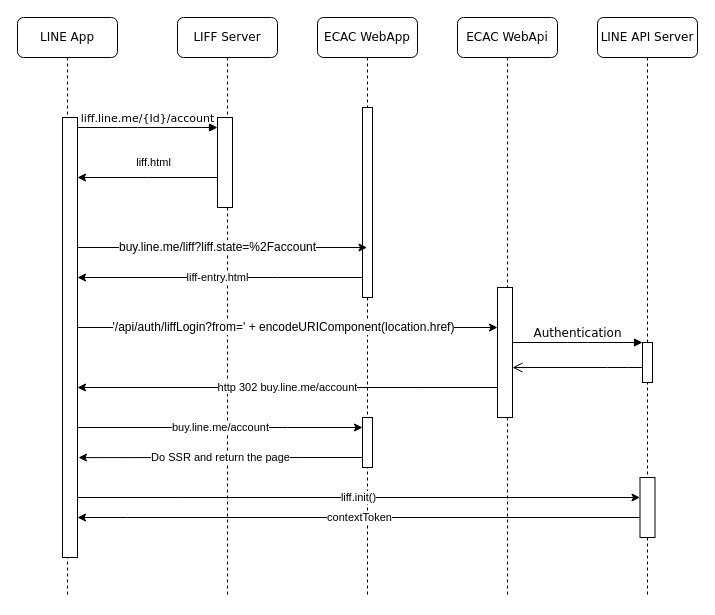
The draw.io diagram ECAC LIFF.drawio in Asing1001/system-diagrams, before the edit. Source tidied: cells renumbered, new cells numbered last; positions are measured from the earlier drawing's top-left corner, leaving out a move shared by most shapes. Both pictures are drawn from the tidied source at 100%, with x=0, y=0 at pixel (17, 17).
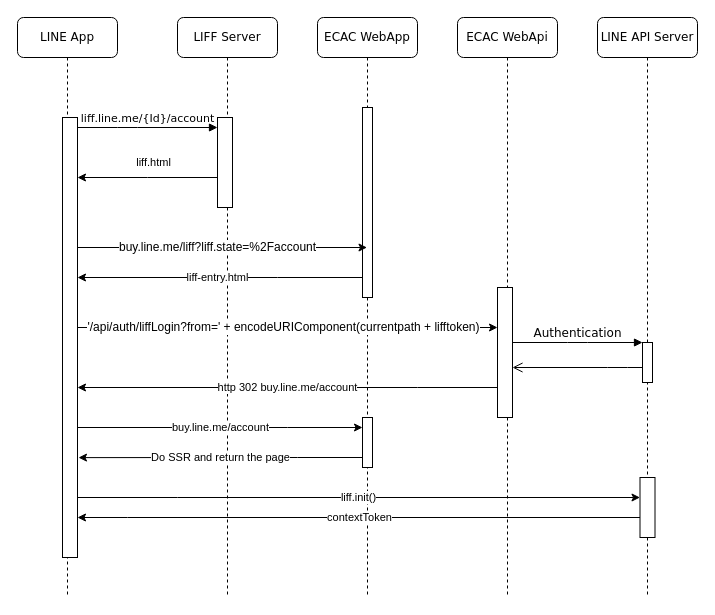
Above is the later version.

The edit, as a diff of the source:
```diff
@@
-    <mxCell id="20" value="&lt;font style=&quot;font-size: 12px&quot;&gt;'/api/auth/liffLogin?from=' + encodeURIComponent(location.href)&lt;/font&gt;" style="edgeStyle=orthogonalEdgeStyle;rounded=0;orthogonalLoop=1;jettySize=auto;html=1;" parent="1" edge="1">
+    <mxCell id="20" value="&lt;font style=&quot;font-size: 12px&quot;&gt;'/api/auth/liffLogin?from=' + encodeURIComponent(currentpath + lifftoken)&lt;/font&gt;" style="edgeStyle=orthogonalEdgeStyle;rounded=0;orthogonalLoop=1;jettySize=auto;html=1;" parent="1" edge="1">
       <mxGeometry x="-0.02" relative="1" as="geometry">
         <mxPoint x="60" y="310" as="sourcePoint" />
         <mxPoint x="480" y="310" as="targetPoint" />
         <Array as="points">
           <mxPoint x="480" y="310" />
         </Array>
       </mxGeometry>
     </mxCell>
```
